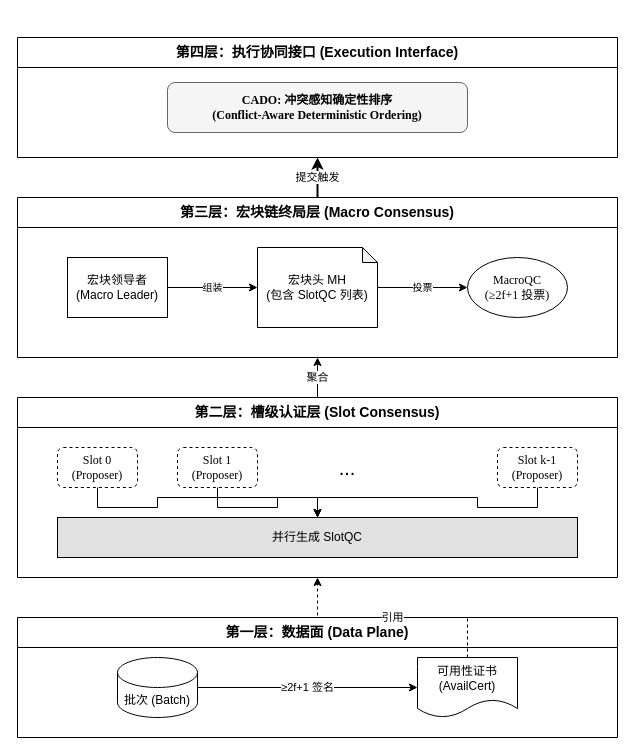
The draw.io diagram page "4.2 核心结构" (11 of 17) of 3-x.drawio in cynic-1/Graphs, before the edit. Source tidied: cells renumbered, new cells numbered last; positions are measured from the earlier drawing's top-left corner, leaving out a move shared by most shapes. Both pictures are drawn from the tidied source at 100%, with x=0, y=0 at pixel (17, 37).
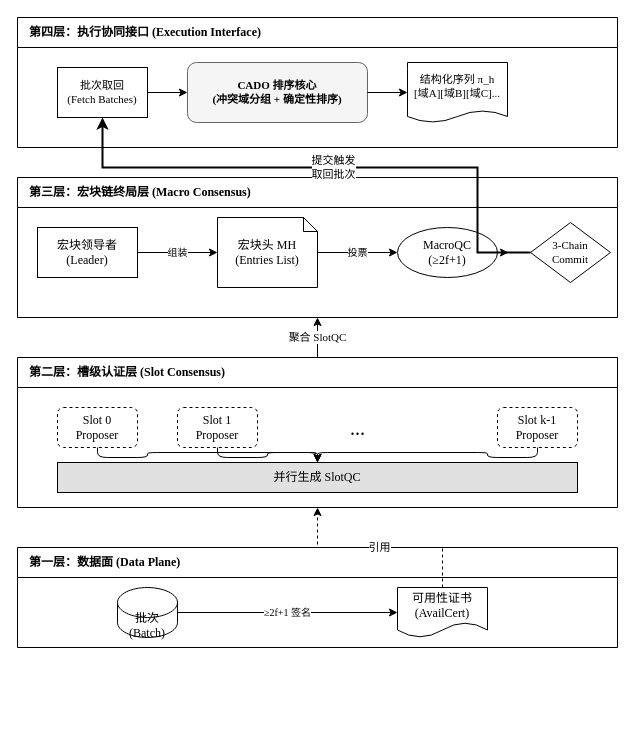
The same diagram, later.

Change to the diagram source:
```diff
@@
-    <mxCell id="2" value="第四层：执行协同接口 (Execution Interface)" style="swimlane;horizontal=1;startSize=30;html=1;rounded=0;shadow=0;comic=0;labelBackgroundColor=none;strokeWidth=1;fontFamily=SimSun;fontSize=14;fontStyle=1;whiteSpace=wrap;align=center;" parent="1" vertex="1">
-      <mxGeometry width="600" height="120" as="geometry" />
+    <mxCell id="2" value="第四层：执行协同接口 (Execution Interface)" style="swimlane;horizontal=1;startSize=30;html=1;rounded=0;shadow=0;comic=0;labelBackgroundColor=none;strokeWidth=1;fontFamily=Times New Roman;fontSize=12;fontStyle=1;whiteSpace=wrap;align=left;spacingLeft=10;" parent="1" vertex="1">
+      <mxGeometry y="-20" width="600" height="130" as="geometry" />
     </mxCell>
-    <mxCell id="3" value="CADO: 冲突感知确定性排序&#10;(Conflict-Aware Deterministic Ordering)" style="rounded=1;whiteSpace=wrap;html=1;fillColor=#f5f5f5;strokeColor=#666666;fontFamily=Times New Roman;fontSize=12;fontStyle=1;" parent="2" vertex="1">
-      <mxGeometry x="150" y="45" width="300" height="50" as="geometry" />
-    </mxCell>
+    <mxCell id="26" value="批次取回&#10;(Fetch Batches)" style="rounded=0;whiteSpace=wrap;html=1;fontFamily=Times New Roman;fontSize=11;" parent="2" vertex="1">
+      <mxGeometry x="40" y="50" width="90" height="50" as="geometry" />
+    </mxCell>
+    <mxCell id="27" value="CADO 排序核心&#10;(冲突域分组 + 确定性排序)" style="rounded=1;whiteSpace=wrap;html=1;fillColor=#f5f5f5;strokeColor=#666666;fontFamily=Times New Roman;fontSize=11;fontStyle=1;" parent="2" vertex="1">
+      <mxGeometry x="170" y="45" width="180" height="60" as="geometry" />
+    </mxCell>
+    <mxCell id="28" value="结构化序列 π_h&#10;[域A][域B][域C]..." style="shape=document;whiteSpace=wrap;html=1;boundedLbl=1;size=0.2;fontFamily=Times New Roman;fontSize=11;" parent="2" vertex="1">
+      <mxGeometry x="390" y="45" width="100" height="60" as="geometry" />
+    </mxCell>
+    <mxCell id="29" style="edgeStyle=orthogonalEdgeStyle;rounded=0;jettySize=auto;html=1;fontFamily=Times New Roman;" parent="2" edge="1" source="26" target="27">
+      <mxGeometry relative="1" as="geometry" />
+    </mxCell>
+    <mxCell id="30" style="edgeStyle=orthogonalEdgeStyle;rounded=0;jettySize=auto;html=1;fontFamily=Times New Roman;" parent="2" edge="1" source="27" target="28">
+      <mxGeometry relative="1" as="geometry" />
+    </mxCell>
-    <mxCell id="4" value="第三层：宏块链终局层 (Macro Consensus)" style="swimlane;horizontal=1;startSize=30;html=1;rounded=0;shadow=0;comic=0;labelBackgroundColor=none;strokeWidth=1;fontFamily=SimSun;fontSize=14;fontStyle=1;whiteSpace=wrap;align=center;" parent="1" vertex="1">
-      <mxGeometry y="160" width="600" height="160" as="geometry" />
+    <mxCell id="4" value="第三层：宏块链终局层 (Macro Consensus)" style="swimlane;horizontal=1;startSize=30;html=1;rounded=0;shadow=0;comic=0;labelBackgroundColor=none;strokeWidth=1;fontFamily=Times New Roman;fontSize=12;fontStyle=1;whiteSpace=wrap;align=left;spacingLeft=10;" parent="1" vertex="1">
+      <mxGeometry y="140" width="600" height="140" as="geometry" />
     </mxCell>
-    <mxCell id="5" value="宏块领导者&#10;(Macro Leader)" style="rounded=0;whiteSpace=wrap;html=1;fontFamily=SimSun;" parent="4" vertex="1">
-      <mxGeometry x="50" y="60" width="100" height="60" as="geometry" />
+    <mxCell id="5" value="宏块领导者&#10;(Leader)" style="rounded=0;whiteSpace=wrap;html=1;fontFamily=Times New Roman;" parent="4" vertex="1">
+      <mxGeometry x="20" y="50" width="100" height="50" as="geometry" />
     </mxCell>
-    <mxCell id="6" value="宏块头 MH&#10;(包含 SlotQC 列表)" style="shape=note;whiteSpace=wrap;html=1;backgroundOutline=1;darkOpacity=0.05;fontFamily=SimSun;size=15;" parent="4" vertex="1">
-      <mxGeometry x="240" y="50" width="120" height="80" as="geometry" />
+    <mxCell id="6" value="宏块头 MH&#10;(Entries List)" style="shape=note;whiteSpace=wrap;html=1;backgroundOutline=1;size=14;fontFamily=Times New Roman;" parent="4" vertex="1">
+      <mxGeometry x="200" y="40" width="100" height="70" as="geometry" />
     </mxCell>
-    <mxCell id="7" value="MacroQC&#10;(≥2f+1 投票)" style="ellipse;whiteSpace=wrap;html=1;fontFamily=Times New Roman;" parent="4" vertex="1">
-      <mxGeometry x="450" y="60" width="100" height="60" as="geometry" />
+    <mxCell id="7" value="MacroQC&#10;(≥2f+1)" style="ellipse;whiteSpace=wrap;html=1;fontFamily=Times New Roman;" parent="4" vertex="1">
+      <mxGeometry x="380" y="50" width="100" height="50" as="geometry" />
     </mxCell>
+    <mxCell id="31" value="3-Chain&#10;Commit" style="rhombus;whiteSpace=wrap;html=1;fontFamily=Times New Roman;fontSize=11;" parent="4" vertex="1">
+      <mxGeometry x="513" y="45" width="80" height="60" as="geometry" />
+    </mxCell>
-    <mxCell id="8" value="组装" style="edgeStyle=orthogonalEdgeStyle;rounded=0;jettySize=auto;html=1;fontFamily=SimSun;fontSize=10;" parent="4" edge="1" source="5" target="6">
+    <mxCell id="8" value="组装" style="edgeStyle=orthogonalEdgeStyle;html=1;fontFamily=Times New Roman;fontSize=10;" parent="4" edge="1" source="5" target="6">
       <mxGeometry relative="1" as="geometry" />
     </mxCell>
-    <mxCell id="9" value="投票" style="edgeStyle=orthogonalEdgeStyle;rounded=0;jettySize=auto;html=1;fontFamily=SimSun;fontSize=10;" parent="4" edge="1" source="6" target="7">
+    <mxCell id="9" value="投票" style="edgeStyle=orthogonalEdgeStyle;html=1;fontFamily=Times New Roman;fontSize=10;" parent="4" edge="1" source="6" target="7">
       <mxGeometry relative="1" as="geometry" />
     </mxCell>
+    <mxCell id="32" style="edgeStyle=orthogonalEdgeStyle;html=1;fontFamily=Times New Roman;" parent="4" edge="1" source="7">
+      <mxGeometry relative="1" as="geometry">
+        <mxPoint x="491" y="75" as="targetPoint" />
+      </mxGeometry>
+    </mxCell>
-    <mxCell id="10" value="第二层：槽级认证层 (Slot Consensus)" style="swimlane;horizontal=1;startSize=30;html=1;rounded=0;shadow=0;comic=0;labelBackgroundColor=none;strokeWidth=1;fontFamily=SimSun;fontSize=14;fontStyle=1;whiteSpace=wrap;align=center;" parent="1" vertex="1">
-      <mxGeometry y="360" width="600" height="180" as="geometry" />
+    <mxCell id="10" value="第二层：槽级认证层 (Slot Consensus)" style="swimlane;horizontal=1;startSize=30;html=1;rounded=0;shadow=0;comic=0;labelBackgroundColor=none;strokeWidth=1;fontFamily=Times New Roman;fontSize=12;fontStyle=1;whiteSpace=wrap;align=left;spacingLeft=10;" parent="1" vertex="1">
+      <mxGeometry y="320" width="600" height="150" as="geometry" />
     </mxCell>
-    <mxCell id="11" value="Slot 0&#10;(Proposer)" style="rounded=1;whiteSpace=wrap;html=1;dashed=1;fontFamily=Times New Roman;" parent="10" vertex="1">
+    <mxCell id="11" value="Slot 0&#10;Proposer" style="rounded=1;whiteSpace=wrap;html=1;dashed=1;fontFamily=Times New Roman;" parent="10" vertex="1">
       <mxGeometry x="40" y="50" width="80" height="40" as="geometry" />
     </mxCell>
-    <mxCell id="12" value="Slot 1&#10;(Proposer)" style="rounded=1;whiteSpace=wrap;html=1;dashed=1;fontFamily=Times New Roman;" parent="10" vertex="1">
+    <mxCell id="12" value="Slot 1&#10;Proposer" style="rounded=1;whiteSpace=wrap;html=1;dashed=1;fontFamily=Times New Roman;" parent="10" vertex="1">
       <mxGeometry x="160" y="50" width="80" height="40" as="geometry" />
     </mxCell>
-    <mxCell id="13" value="Slot k-1&#10;(Proposer)" style="rounded=1;whiteSpace=wrap;html=1;dashed=1;fontFamily=Times New Roman;" parent="10" vertex="1">
+    <mxCell id="13" value="Slot k-1&#10;Proposer" style="rounded=1;whiteSpace=wrap;html=1;dashed=1;fontFamily=Times New Roman;" parent="10" vertex="1">
       <mxGeometry x="480" y="50" width="80" height="40" as="geometry" />
     </mxCell>
-    <mxCell id="14" value="..." style="text;html=1;strokeColor=none;fillColor=none;align=center;verticalAlign=middle;whiteSpace=wrap;rounded=0;fontSize=20;" parent="10" vertex="1">
-      <mxGeometry x="300" y="55" width="60" height="30" as="geometry" />
+    <mxCell id="14" value="..." style="text;html=1;align=center;verticalAlign=middle;strokeColor=none;fillColor=none;fontSize=20;fontFamily=Times New Roman;" parent="10" vertex="1">
+      <mxGeometry x="320" y="50" width="40" height="40" as="geometry" />
     </mxCell>
-    <mxCell id="15" value="并行生成 SlotQC" style="rounded=0;whiteSpace=wrap;html=1;fillColor=#e1e1e1;fontFamily=SimSun;" parent="10" vertex="1">
-      <mxGeometry x="40" y="120" width="520" height="40" as="geometry" />
+    <mxCell id="15" value="并行生成 SlotQC" style="rounded=0;whiteSpace=wrap;html=1;fillColor=#e1e1e1;fontFamily=Times New Roman;" parent="10" vertex="1">
+      <mxGeometry x="40" y="105" width="520" height="30" as="geometry" />
     </mxCell>
-    <mxCell id="16" style="edgeStyle=orthogonalEdgeStyle;rounded=0;jettySize=auto;html=1;" parent="10" edge="1" source="11" target="15">
+    <mxCell id="16" style="edgeStyle=orthogonalEdgeStyle;html=1;fontFamily=Times New Roman;" parent="10" edge="1" source="11" target="15">
       <mxGeometry relative="1" as="geometry" />
     </mxCell>
-    <mxCell id="17" style="edgeStyle=orthogonalEdgeStyle;rounded=0;jettySize=auto;html=1;" parent="10" edge="1" source="12" target="15">
+    <mxCell id="17" style="edgeStyle=orthogonalEdgeStyle;html=1;fontFamily=Times New Roman;" parent="10" edge="1" source="12" target="15">
       <mxGeometry relative="1" as="geometry" />
     </mxCell>
-    <mxCell id="18" style="edgeStyle=orthogonalEdgeStyle;rounded=0;jettySize=auto;html=1;" parent="10" edge="1" source="13" target="15">
+    <mxCell id="18" style="edgeStyle=orthogonalEdgeStyle;html=1;fontFamily=Times New Roman;" parent="10" edge="1" source="13" target="15">
       <mxGeometry relative="1" as="geometry" />
     </mxCell>
-    <mxCell id="19" value="第一层：数据面 (Data Plane)" style="swimlane;horizontal=1;startSize=30;html=1;rounded=0;shadow=0;comic=0;labelBackgroundColor=none;strokeWidth=1;fontFamily=SimSun;fontSize=14;fontStyle=1;whiteSpace=wrap;align=center;" parent="1" vertex="1">
-      <mxGeometry y="580" width="600" height="120" as="geometry" />
+    <mxCell id="19" value="第一层：数据面 (Data Plane)" style="swimlane;horizontal=1;startSize=30;html=1;rounded=0;shadow=0;comic=0;labelBackgroundColor=none;strokeWidth=1;fontFamily=Times New Roman;fontSize=12;fontStyle=1;whiteSpace=wrap;align=left;spacingLeft=10;" parent="1" vertex="1">
+      <mxGeometry y="510" width="600" height="100" as="geometry" />
     </mxCell>
-    <mxCell id="20" value="批次 (Batch)" style="shape=cylinder3;whiteSpace=wrap;html=1;boundedLbl=1;backgroundOutline=1;size=15;fontFamily=SimSun;" parent="19" vertex="1">
-      <mxGeometry x="100" y="40" width="80" height="60" as="geometry" />
+    <mxCell id="20" value="批次 (Batch)" style="shape=cylinder3;whiteSpace=wrap;html=1;boundedLbl=1;backgroundOutline=1;size=15;fontFamily=Times New Roman;" parent="19" vertex="1">
+      <mxGeometry x="100" y="40" width="60" height="50" as="geometry" />
     </mxCell>
-    <mxCell id="21" value="可用性证书&#10;(AvailCert)" style="shape=document;whiteSpace=wrap;html=1;boundedLbl=1;fontFamily=SimSun;" parent="19" vertex="1">
-      <mxGeometry x="400" y="40" width="100" height="60" as="geometry" />
+    <mxCell id="21" value="可用性证书&#10;(AvailCert)" style="shape=document;whiteSpace=wrap;html=1;boundedLbl=1;fontFamily=Times New Roman;" parent="19" vertex="1">
+      <mxGeometry x="380" y="40" width="90" height="50" as="geometry" />
     </mxCell>
-    <mxCell id="22" value="≥2f+1 签名" style="edgeStyle=orthogonalEdgeStyle;rounded=0;jettySize=auto;html=1;fontFamily=SimSun;" parent="19" edge="1" source="20" target="21">
+    <mxCell id="22" value="≥2f+1 签名" style="edgeStyle=orthogonalEdgeStyle;html=1;fontFamily=Times New Roman;fontSize=10;" parent="19" edge="1" source="20" target="21">
       <mxGeometry relative="1" as="geometry" />
     </mxCell>
-    <mxCell id="23" value="引用" style="edgeStyle=orthogonalEdgeStyle;rounded=0;jettySize=auto;html=1;entryX=0.5;entryY=1;entryDx=0;entryDy=0;dashed=1;" parent="1" edge="1" source="21" target="10">
+    <mxCell id="23" value="引用" style="edgeStyle=orthogonalEdgeStyle;rounded=0;jettySize=auto;html=1;entryX=0.5;entryY=1;entryDx=0;entryDy=0;dashed=1;fontFamily=Times New Roman;" parent="1" edge="1" source="21" target="10">
       <mxGeometry relative="1" as="geometry" />
     </mxCell>
-    <mxCell id="24" value="聚合" style="edgeStyle=orthogonalEdgeStyle;rounded=0;jettySize=auto;html=1;entryX=0.5;entryY=1;entryDx=0;entryDy=0;" parent="1" edge="1" source="10" target="4">
+    <mxCell id="24" value="聚合 SlotQC" style="edgeStyle=orthogonalEdgeStyle;rounded=0;jettySize=auto;html=1;entryX=0.5;entryY=1;entryDx=0;entryDy=0;fontFamily=Times New Roman;" parent="1" edge="1" source="10" target="4">
       <mxGeometry relative="1" as="geometry" />
     </mxCell>
-    <mxCell id="25" value="提交触发" style="edgeStyle=orthogonalEdgeStyle;rounded=0;jettySize=auto;html=1;entryX=0.5;entryY=1;entryDx=0;entryDy=0;strokeWidth=2;" parent="1" edge="1" source="4" target="2">
-      <mxGeometry relative="1" as="geometry" />
-    </mxCell>
+    <mxCell id="33" value="提交触发&#10;取回批次" style="edgeStyle=orthogonalEdgeStyle;rounded=0;jettySize=auto;html=1;entryX=0.5;entryY=1;entryDx=0;entryDy=0;strokeWidth=2;fontFamily=Times New Roman;" parent="1" edge="1" source="31" target="26">
+      <mxGeometry relative="1" as="geometry">
+        <Array as="points">
+          <mxPoint x="460" y="215" />
+          <mxPoint x="460" y="130" />
+          <mxPoint x="85" y="130" />
+        </Array>
+      </mxGeometry>
+    </mxCell>
```
